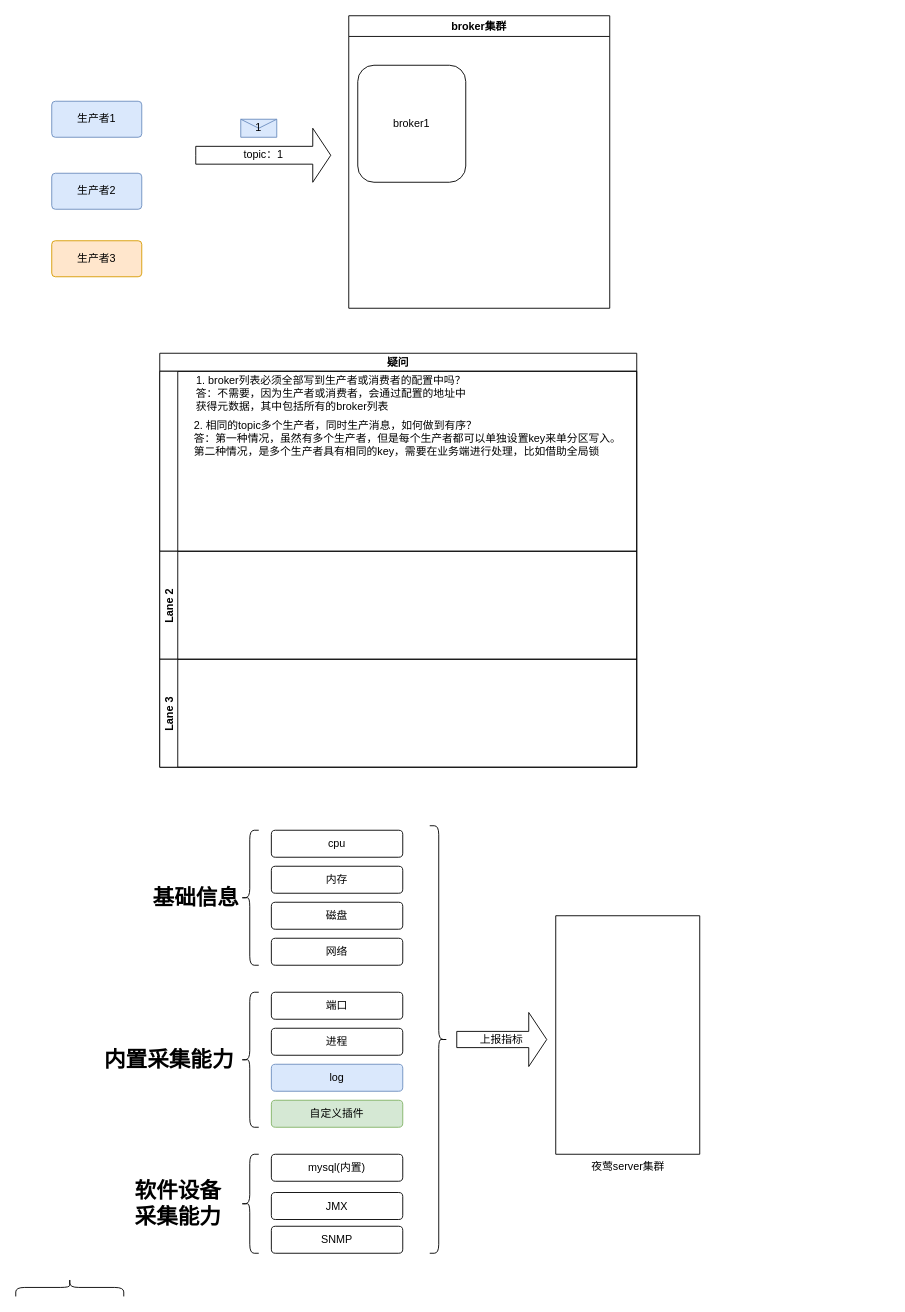
The draw.io diagram weixin/Validate/kafka消息传递图.drawio in Sycjyy/myshare, before the edit. Source tidied: cells renumbered, new cells numbered last; positions are measured from the earlier drawing's top-left corner, leaving out a move shared by most shapes. Both pictures are drawn from the tidied source at 90%, with x=0, y=0 at pixel (51, 15).
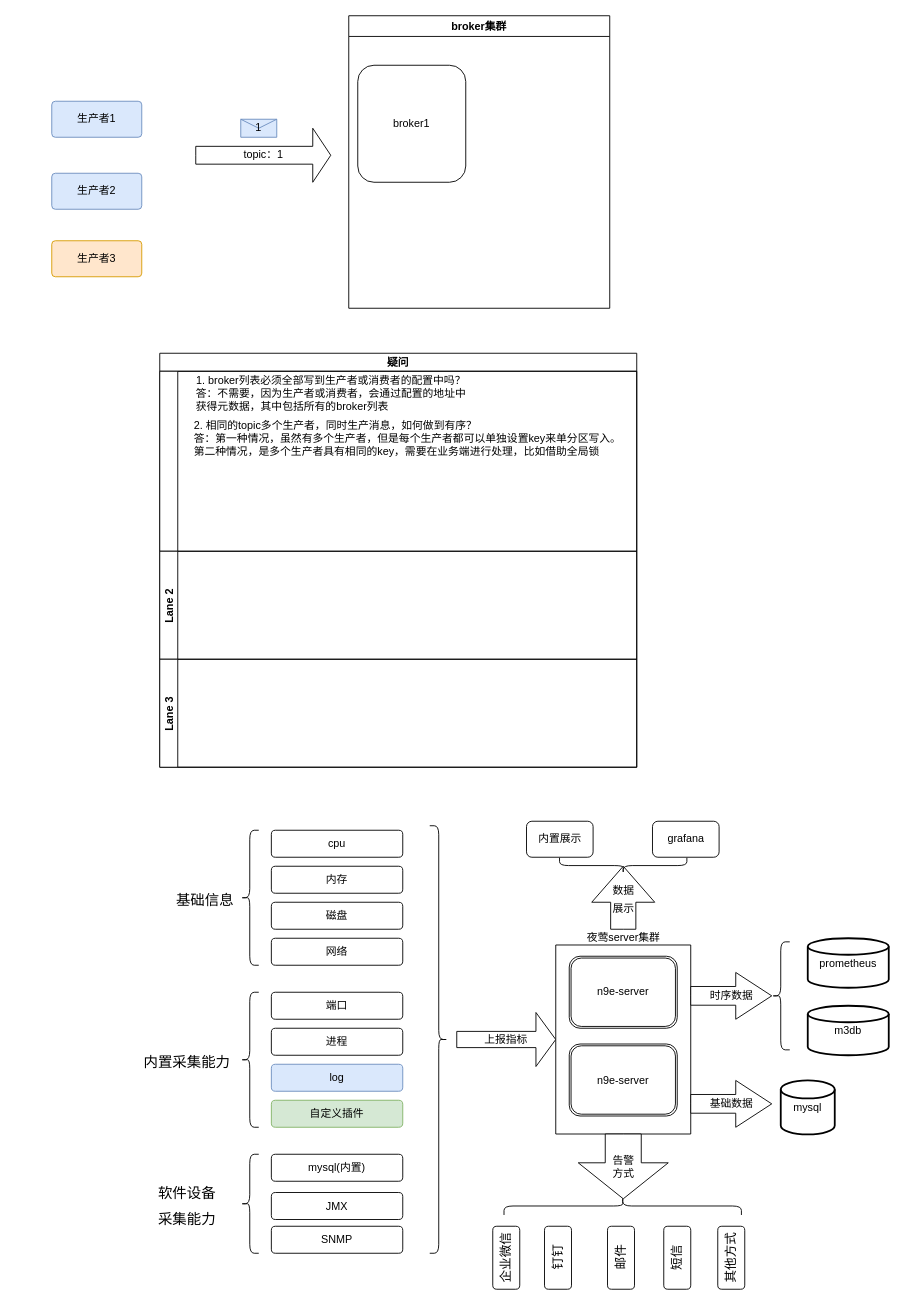
After the change.

Commit message:
更新kafka消息传递图.drawio

Change to the diagram source:
```diff
@@
-    <mxCell id="19" value="基础信息" style="text;strokeColor=none;fillColor=none;html=1;fontSize=24;fontStyle=1;verticalAlign=middle;align=center;" parent="1" vertex="1">
-      <mxGeometry x="110" y="960" width="100" height="40" as="geometry" />
+    <mxCell id="19" value="&lt;span style=&quot;font-weight: normal&quot;&gt;&lt;font style=&quot;font-size: 16px&quot;&gt;基础信息&lt;/font&gt;&lt;/span&gt;" style="text;strokeColor=none;fillColor=none;html=1;fontSize=24;fontStyle=1;verticalAlign=middle;align=center;" parent="1" vertex="1">
+      <mxGeometry x="120" y="960" width="100" height="40" as="geometry" />
     </mxCell>
@@
-    <mxCell id="21" value="内置采集能力" style="text;strokeColor=none;fillColor=none;html=1;fontSize=24;fontStyle=1;verticalAlign=middle;align=center;" parent="1" vertex="1">
-      <mxGeometry x="50" y="1142.5" width="160" height="35" as="geometry" />
+    <mxCell id="21" value="&lt;span style=&quot;font-weight: normal&quot;&gt;&lt;font style=&quot;font-size: 16px&quot;&gt;内置采集能力&lt;/font&gt;&lt;/span&gt;" style="text;strokeColor=none;fillColor=none;html=1;fontSize=24;fontStyle=1;verticalAlign=middle;align=center;" parent="1" vertex="1">
+      <mxGeometry x="70" y="1142.5" width="160" height="35" as="geometry" />
     </mxCell>
@@
-    <mxCell id="27" value="软件设备&lt;br&gt;采集能力" style="text;strokeColor=none;fillColor=none;html=1;fontSize=24;fontStyle=1;verticalAlign=middle;align=center;" parent="1" vertex="1">
-      <mxGeometry x="80" y="1287.5" width="120" height="65" as="geometry" />
+    <mxCell id="27" value="&lt;span style=&quot;font-weight: normal ; font-size: 16px&quot;&gt;软件设备&lt;br&gt;采集能力&lt;/span&gt;" style="text;strokeColor=none;fillColor=none;html=1;fontSize=24;fontStyle=1;verticalAlign=middle;align=center;" parent="1" vertex="1">
+      <mxGeometry x="90" y="1287.5" width="120" height="65" as="geometry" />
     </mxCell>
@@
     <mxCell id="33" value="上报指标" style="shape=singleArrow;whiteSpace=wrap;html=1;align=center;" parent="1" vertex="1">
-      <mxGeometry x="450" y="1107.5" width="100" height="60" as="geometry" />
+      <mxGeometry x="450" y="1107.5" width="110" height="60" as="geometry" />
     </mxCell>
-    <mxCell id="34" value="夜莺server集群" style="verticalLabelPosition=bottom;verticalAlign=top;html=1;shape=mxgraph.basic.rect;fillColor2=none;strokeWidth=1;size=20;indent=5;" parent="1" vertex="1">
-      <mxGeometry x="560" y="1000" width="160" height="265" as="geometry" />
+    <mxCell id="34" value="夜莺server集群" style="verticalLabelPosition=top;verticalAlign=bottom;html=1;shape=mxgraph.basic.rect;fillColor2=none;strokeWidth=1;size=20;indent=5;labelPosition=center;align=center;" parent="1" vertex="1">
+      <mxGeometry x="560" y="1032.5" width="150" height="210" as="geometry" />
     </mxCell>
     <mxCell id="35" style="shape=curlyBracket;whiteSpace=wrap;html=1;rounded=1;align=center;rotation=90;" parent="1" vertex="1">
-      <mxGeometry x="10" y="1353" width="20" height="120" as="geometry" />
+      <mxGeometry x="624.4" y="1190.6" width="20" height="263.8" as="geometry" />
     </mxCell>
+    <mxCell id="36" value="n9e-server" style="shape=ext;double=1;rounded=1;whiteSpace=wrap;html=1;" parent="1" vertex="1">
+      <mxGeometry x="575" y="1045" width="120" height="80" as="geometry" />
+    </mxCell>
+    <mxCell id="37" value="n9e-server" style="shape=ext;double=1;rounded=1;whiteSpace=wrap;html=1;" parent="1" vertex="1">
+      <mxGeometry x="575" y="1142.5" width="120" height="80" as="geometry" />
+    </mxCell>
+    <mxCell id="38" value="基础数据" style="html=1;shadow=0;dashed=0;align=center;verticalAlign=middle;shape=mxgraph.arrows2.arrow;dy=0.6;dx=40;notch=0;" parent="1" vertex="1">
+      <mxGeometry x="710" y="1183" width="90" height="52" as="geometry" />
+    </mxCell>
+    <mxCell id="39" value="mysql" style="strokeWidth=2;html=1;shape=mxgraph.flowchart.database;whiteSpace=wrap;" parent="1" vertex="1">
+      <mxGeometry x="810" y="1183" width="60" height="60" as="geometry" />
+    </mxCell>
+    <mxCell id="40" value="时序数据" style="html=1;shadow=0;dashed=0;align=center;verticalAlign=middle;shape=mxgraph.arrows2.arrow;dy=0.6;dx=40;notch=0;" parent="1" vertex="1">
+      <mxGeometry x="710" y="1063" width="90" height="52" as="geometry" />
+    </mxCell>
+    <mxCell id="41" style="shape=curlyBracket;whiteSpace=wrap;html=1;rounded=1;" parent="1" vertex="1">
+      <mxGeometry x="800" y="1029" width="20" height="120" as="geometry" />
+    </mxCell>
+    <mxCell id="42" value="prometheus" style="strokeWidth=2;html=1;shape=mxgraph.flowchart.database;whiteSpace=wrap;" parent="1" vertex="1">
+      <mxGeometry x="840" y="1025" width="90" height="55" as="geometry" />
+    </mxCell>
+    <mxCell id="43" value="m3db" style="strokeWidth=2;html=1;shape=mxgraph.flowchart.database;whiteSpace=wrap;" parent="1" vertex="1">
+      <mxGeometry x="840" y="1100" width="90" height="55" as="geometry" />
+    </mxCell>
+    <mxCell id="44" value="告警&lt;br&gt;方式" style="html=1;shadow=0;dashed=0;align=center;verticalAlign=middle;shape=mxgraph.arrows2.arrow;dy=0.6;dx=40;direction=south;notch=0;" parent="1" vertex="1">
+      <mxGeometry x="585" y="1242.5" width="100" height="72" as="geometry" />
+    </mxCell>
+    <mxCell id="45" value="企业微信" style="rounded=1;whiteSpace=wrap;html=1;fontSize=14;rotation=-90;" parent="1" vertex="1">
+      <mxGeometry x="470" y="1365" width="70" height="30" as="geometry" />
+    </mxCell>
+    <mxCell id="46" value="邮件" style="rounded=1;whiteSpace=wrap;html=1;fontSize=14;rotation=-90;" parent="1" vertex="1">
+      <mxGeometry x="597.5" y="1365" width="70" height="30" as="geometry" />
+    </mxCell>
+    <mxCell id="47" value="钉钉" style="rounded=1;whiteSpace=wrap;html=1;fontSize=14;rotation=-90;" parent="1" vertex="1">
+      <mxGeometry x="527.5" y="1365" width="70" height="30" as="geometry" />
+    </mxCell>
+    <mxCell id="48" value="短信" style="rounded=1;whiteSpace=wrap;html=1;fontSize=14;rotation=-90;" parent="1" vertex="1">
+      <mxGeometry x="660" y="1365" width="70" height="30" as="geometry" />
+    </mxCell>
+    <mxCell id="49" value="其他方式" style="rounded=1;whiteSpace=wrap;html=1;fontSize=14;rotation=-90;" parent="1" vertex="1">
+      <mxGeometry x="720" y="1365" width="70" height="30" as="geometry" />
+    </mxCell>
+    <mxCell id="50" value="&lt;font style=&quot;font-size: 12px&quot;&gt;数据&lt;br&gt;展示&lt;/font&gt;" style="html=1;shadow=0;dashed=0;align=center;verticalAlign=middle;shape=mxgraph.arrows2.arrow;dy=0.6;dx=40;direction=north;notch=0;fontSize=16;" parent="1" vertex="1">
+      <mxGeometry x="600" y="945" width="70" height="70" as="geometry" />
+    </mxCell>
+    <mxCell id="51" style="shape=curlyBracket;whiteSpace=wrap;html=1;rounded=1;flipH=1;fontSize=12;rotation=90;size=0.5;" parent="1" vertex="1">
+      <mxGeometry x="626.2" y="873.5" width="17.5" height="141.5" as="geometry" />
+    </mxCell>
+    <mxCell id="52" value="内置展示" style="rounded=1;whiteSpace=wrap;html=1;fontSize=12;" parent="1" vertex="1">
+      <mxGeometry x="527.5" y="895" width="74" height="40" as="geometry" />
+    </mxCell>
+    <mxCell id="53" value="grafana" style="rounded=1;whiteSpace=wrap;html=1;fontSize=12;" parent="1" vertex="1">
+      <mxGeometry x="667.5" y="895" width="74" height="40" as="geometry" />
+    </mxCell>
```
